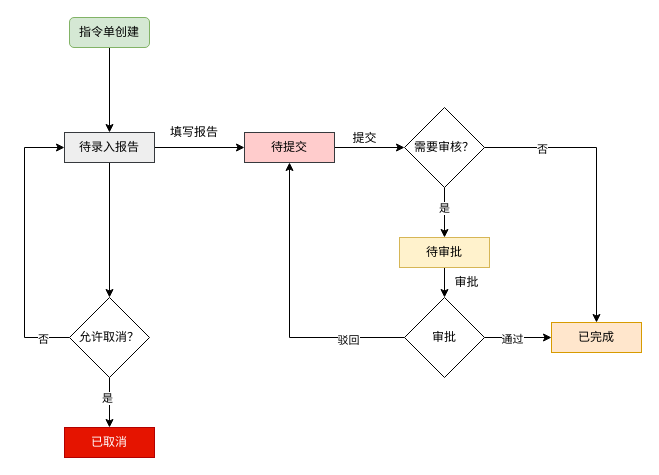
vvhard/draw_io keeps this draw.io diagram as page "QMS-状态流转" (6 of 14) of 创建指令计划.drawio. Above is the earlier version. Source tidied: cells renumbered, new cells numbered last; positions are measured from the earlier drawing's top-left corner, leaving out a move shared by most shapes. Both pictures are drawn from the tidied source at 100%, with x=0, y=0 at pixel (24, 17).
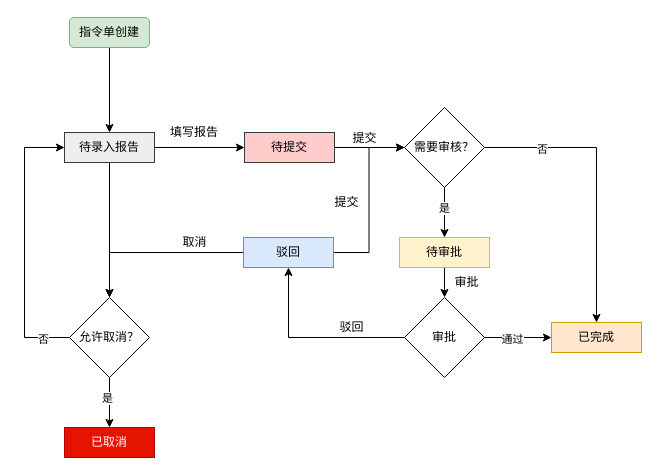
The same diagram, later.

The change refers to these unchanged cells:
```xml
<mxCell id="8" value="待提交" style="rounded=0;whiteSpace=wrap;html=1;fillColor=#ffcccc;strokeColor=#36393d;" parent="1" vertex="1">
  <mxGeometry x="220" y="115" width="90" height="30" as="geometry" />
</mxCell>
<mxCell id="17" value="允许取消？" style="rhombus;whiteSpace=wrap;html=1;" parent="1" vertex="1">
  <mxGeometry x="45" y="280" width="80" height="80" as="geometry" />
</mxCell>
<mxCell id="20" value="需要审核？" style="rhombus;whiteSpace=wrap;html=1;" parent="1" vertex="1">
  <mxGeometry x="380" y="90" width="80" height="80" as="geometry" />
</mxCell>
<mxCell id="27" value="审批" style="rhombus;whiteSpace=wrap;html=1;" parent="1" vertex="1">
  <mxGeometry x="380" y="280" width="80" height="80" as="geometry" />
</mxCell>
```

What changed in the source:
```diff
@@
-    <mxCell id="23" style="edgeStyle=orthogonalEdgeStyle;rounded=0;jettySize=auto;html=1;entryX=0.5;entryY=1;entryDx=0;entryDy=0;" parent="1" edge="1" source="27" target="8">
-      <mxGeometry relative="1" as="geometry" />
-    </mxCell>
-    <mxCell id="24" value="驳回" style="edgeLabel;html=1;align=center;verticalAlign=middle;" parent="23" vertex="1">
-      <mxGeometry x="-0.61" y="2" relative="1" as="geometry" />
-    </mxCell>
@@
+    <mxCell id="31" style="edgeStyle=orthogonalEdgeStyle;rounded=0;jettySize=auto;html=1;entryX=0.5;entryY=1;entryDx=0;entryDy=0;" parent="1" edge="1" source="27" target="34">
+      <mxGeometry relative="1" as="geometry" />
+    </mxCell>
@@
+    <mxCell id="32" style="edgeStyle=orthogonalEdgeStyle;rounded=0;jettySize=auto;html=1;entryX=0.5;entryY=0;entryDx=0;entryDy=0;" parent="1" edge="1" source="34" target="17">
+      <mxGeometry relative="1" as="geometry" />
+    </mxCell>
+    <mxCell id="33" style="edgeStyle=orthogonalEdgeStyle;rounded=0;jettySize=auto;html=1;entryX=0;entryY=0.5;entryDx=0;entryDy=0;" parent="1" edge="1" source="34" target="20">
+      <mxGeometry relative="1" as="geometry" />
+    </mxCell>
+    <mxCell id="34" value="驳回" style="rounded=0;whiteSpace=wrap;html=1;fillColor=#dae8fc;strokeColor=#6c8ebf;" parent="1" vertex="1">
+      <mxGeometry x="219" y="220" width="90" height="30" as="geometry" />
+    </mxCell>
+    <mxCell id="35" value="驳回" style="text;html=1;strokeColor=none;fillColor=none;align=center;verticalAlign=middle;whiteSpace=wrap;rounded=0;" parent="1" vertex="1">
+      <mxGeometry x="310" y="305" width="35" height="10" as="geometry" />
+    </mxCell>
+    <mxCell id="36" value="提交" style="text;html=1;strokeColor=none;fillColor=none;align=center;verticalAlign=middle;whiteSpace=wrap;rounded=0;" parent="1" vertex="1">
+      <mxGeometry x="305" y="180" width="35" height="10" as="geometry" />
+    </mxCell>
+    <mxCell id="37" value="取消" style="text;html=1;strokeColor=none;fillColor=none;align=center;verticalAlign=middle;whiteSpace=wrap;rounded=0;" parent="1" vertex="1">
+      <mxGeometry x="152.5" y="220" width="35" height="10" as="geometry" />
+    </mxCell>
```
